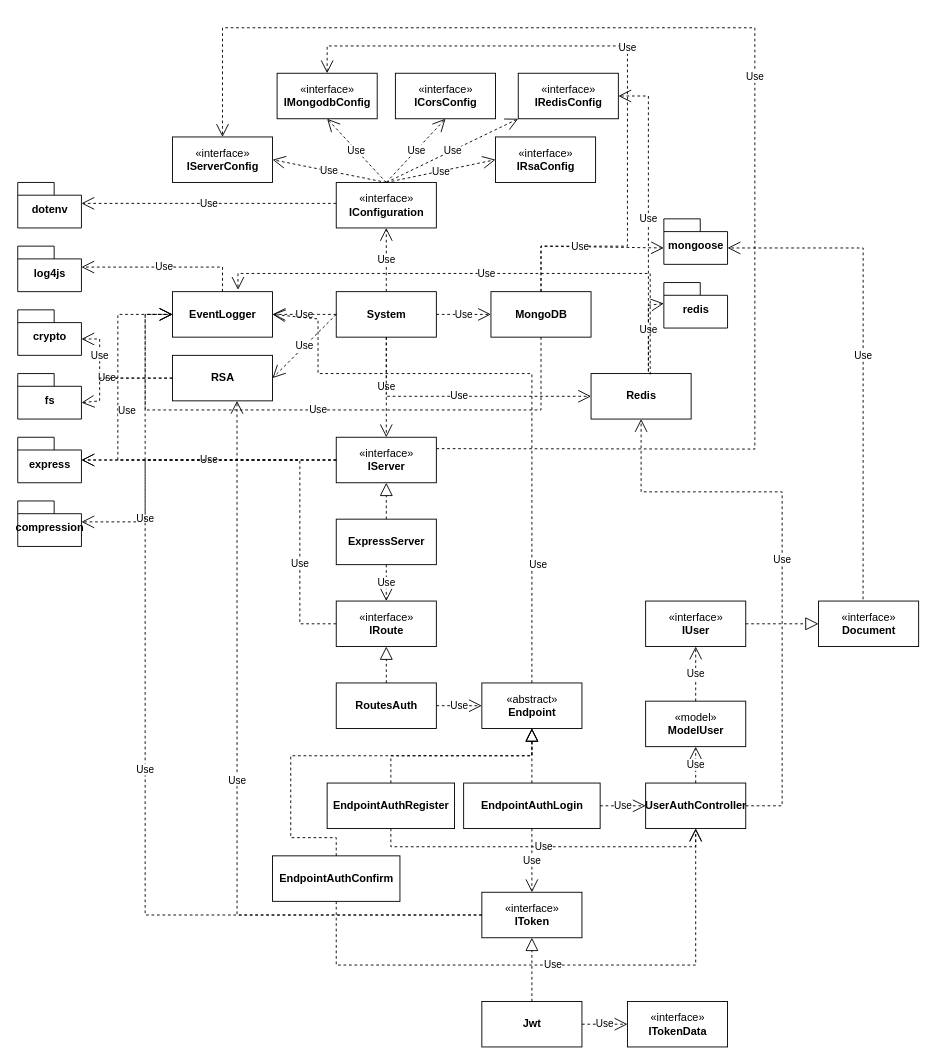
syr0s/todo-backend keeps this draw.io diagram as api-docs/draw.io/architecture.drawio. Above is the earlier version. Source tidied: cells renumbered, new cells numbered last; positions are measured from the earlier drawing's top-left corner, leaving out a move shared by most shapes. Both pictures are drawn from the tidied source at 91%, with x=0, y=0 at pixel (17, 27).
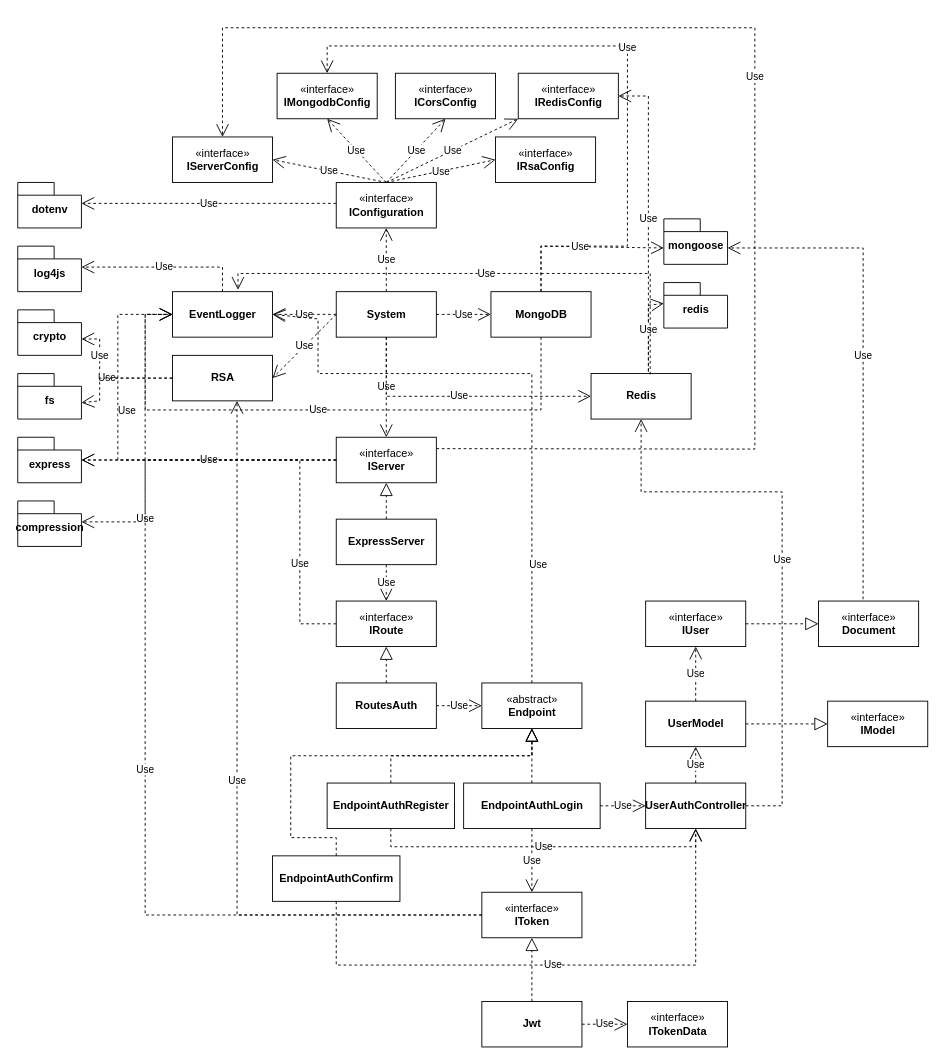
After the change.

Commit message (it also covers changes not shown here):
refactor: :recycle: refactored the user model as a class

The edit, as a diff of the source:
```diff
@@
-    <mxCell id="55" value="«model»&lt;br&gt;&lt;b&gt;ModelUser&lt;/b&gt;" style="html=1;" parent="1" vertex="1">
+    <mxCell id="55" value="UserModel" style="html=1;fontStyle=1;" parent="1" vertex="1">
       <mxGeometry x="690" y="740" width="110" height="50" as="geometry" />
     </mxCell>
@@
+    <mxCell id="83" value="«interface»&lt;br&gt;&lt;b&gt;IModel&lt;/b&gt;" style="html=1;" parent="1" vertex="1">
+      <mxGeometry x="890" y="740" width="110" height="50" as="geometry" />
+    </mxCell>
+    <mxCell id="84" style="endArrow=block;dashed=1;endFill=0;endSize=12;html=1;rounded=0;exitX=1;exitY=0.5;exitDx=0;exitDy=0;entryX=0;entryY=0.5;entryDx=0;entryDy=0;" parent="1" edge="1" source="55" target="83">
+      <mxGeometry relative="1" as="geometry" />
+    </mxCell>
```
